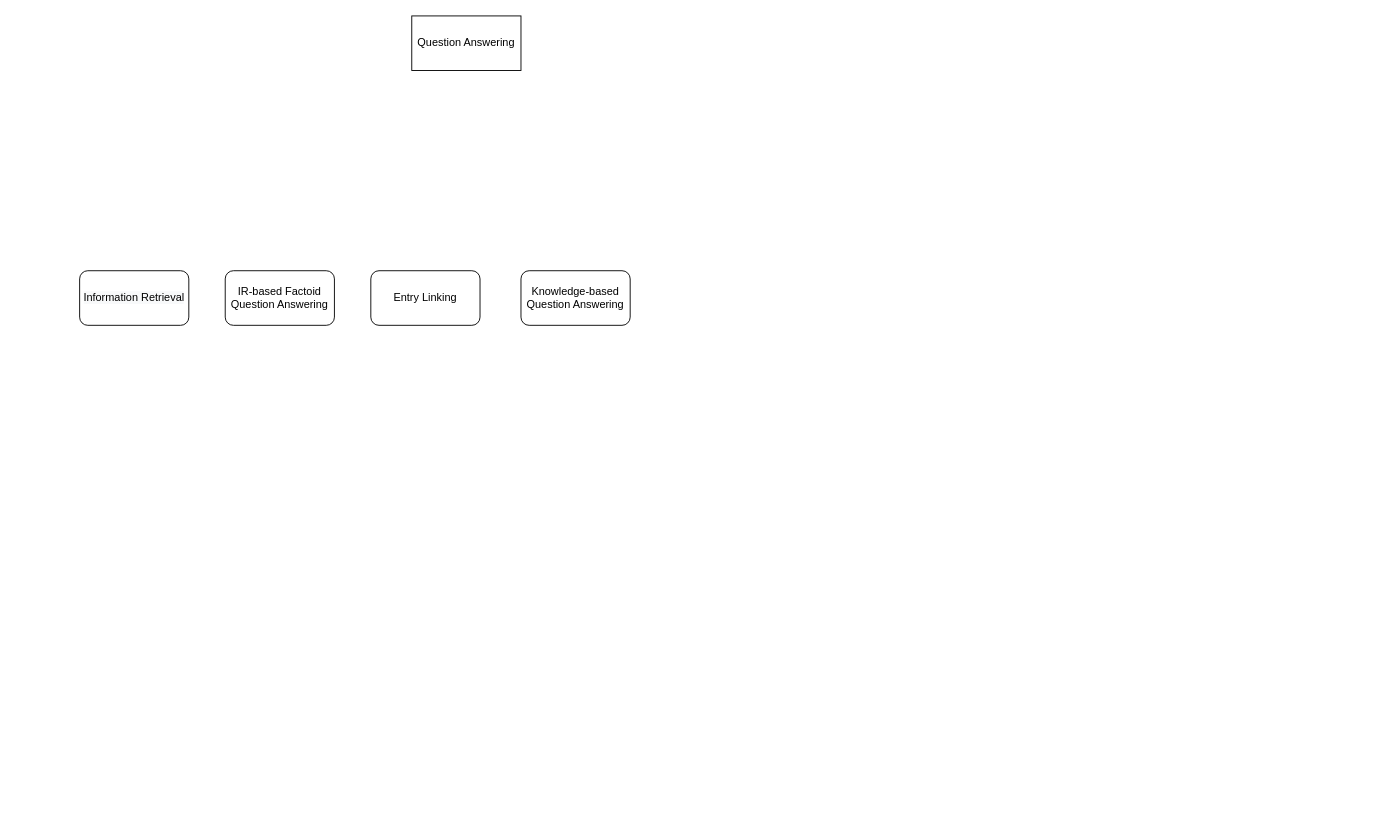
SartJ/CSE424 keeps this draw.io diagram as submission3/Concept Map.drawio. Above is the earlier version. Source tidied: cells renumbered, new cells numbered last; positions are measured from the earlier drawing's top-left corner, leaving out a move shared by most shapes. Both pictures are drawn from the tidied source at 91%, with x=0, y=0 at pixel (79, 15).
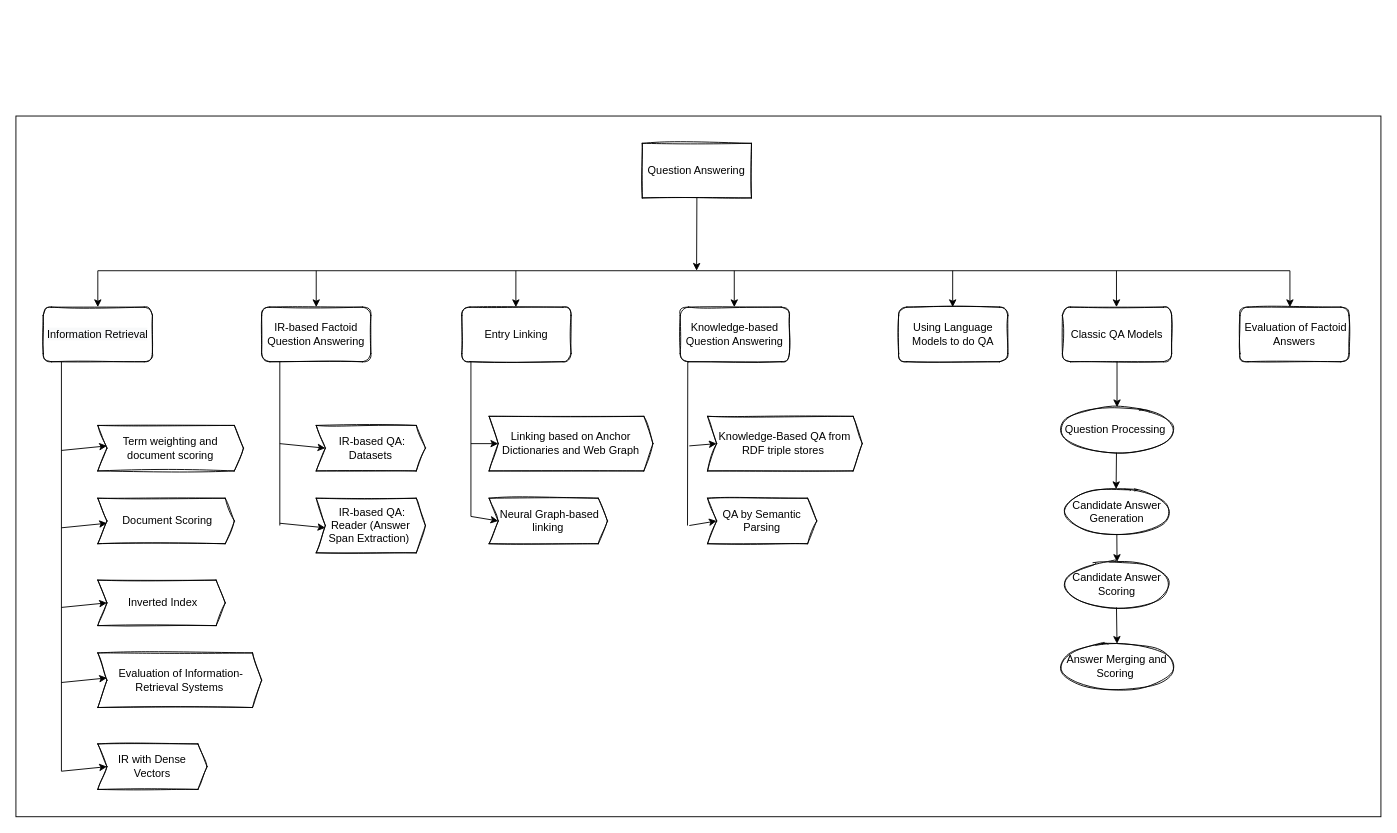
The same page after the edit.

The edit, as a diff of the source:
```diff
@@
-    <mxCell id="2" value="Question Answering" style="rounded=0;whiteSpace=wrap;html=1;" parent="1" vertex="1">
-      <mxGeometry x="365" width="120" height="60" as="geometry" />
+    <mxCell id="2" value="Question Answering" style="rounded=0;whiteSpace=wrap;html=1;sketch=1;" parent="1" vertex="1">
+      <mxGeometry x="618.3" y="140" width="120" height="60" as="geometry" />
     </mxCell>
-    <mxCell id="3" value="&#10;&#10;&lt;span style=&quot;color: rgb(0, 0, 0); font-family: helvetica; font-size: 12px; font-style: normal; font-weight: 400; letter-spacing: normal; text-align: center; text-indent: 0px; text-transform: none; word-spacing: 0px; background-color: rgb(248, 249, 250); display: inline; float: none;&quot;&gt;Information Retrieval&lt;/span&gt;&#10;&#10;" style="rounded=1;whiteSpace=wrap;html=1;" parent="1" vertex="1">
-      <mxGeometry y="280" width="120" height="60" as="geometry" />
+    <mxCell id="3" value="&#10;&#10;&lt;span style=&quot;color: rgb(0, 0, 0); font-family: helvetica; font-size: 12px; font-style: normal; font-weight: 400; letter-spacing: normal; text-align: center; text-indent: 0px; text-transform: none; word-spacing: 0px; background-color: rgb(248, 249, 250); display: inline; float: none;&quot;&gt;Information Retrieval&lt;/span&gt;&#10;&#10;" style="rounded=1;whiteSpace=wrap;html=1;sketch=1;" parent="1" vertex="1">
+      <mxGeometry x="-40" y="320" width="120" height="60" as="geometry" />
     </mxCell>
-    <mxCell id="4" value="&lt;span&gt;IR-based Factoid Question Answering&lt;/span&gt;" style="rounded=1;whiteSpace=wrap;html=1;" parent="1" vertex="1">
-      <mxGeometry x="160" y="280" width="120" height="60" as="geometry" />
+    <mxCell id="4" value="&lt;span&gt;IR-based Factoid Question Answering&lt;/span&gt;" style="rounded=1;whiteSpace=wrap;html=1;sketch=1;" parent="1" vertex="1">
+      <mxGeometry x="200" y="320" width="120" height="60" as="geometry" />
     </mxCell>
-    <mxCell id="5" value="Entry Linking" style="rounded=1;whiteSpace=wrap;html=1;" parent="1" vertex="1">
-      <mxGeometry x="320" y="280" width="120" height="60" as="geometry" />
+    <mxCell id="5" value="Entry Linking" style="rounded=1;whiteSpace=wrap;html=1;sketch=1;" parent="1" vertex="1">
+      <mxGeometry x="420" y="320" width="120" height="60" as="geometry" />
     </mxCell>
-    <mxCell id="6" value="&lt;div&gt;Knowledge-based Question Answering&lt;/div&gt;" style="rounded=1;whiteSpace=wrap;html=1;" parent="1" vertex="1">
-      <mxGeometry x="485" y="280" width="120" height="60" as="geometry" />
+    <mxCell id="6" value="&lt;div&gt;Knowledge-based Question Answering&lt;/div&gt;" style="rounded=1;whiteSpace=wrap;html=1;sketch=1;" parent="1" vertex="1">
+      <mxGeometry x="660" y="320" width="120" height="60" as="geometry" />
     </mxCell>
+    <mxCell id="7" value="Using Language Models to do QA" style="rounded=1;whiteSpace=wrap;html=1;sketch=1;" parent="1" vertex="1">
+      <mxGeometry x="900" y="320" width="120" height="60" as="geometry" />
+    </mxCell>
+    <mxCell id="8" value="&amp;nbsp;Classic QA Models&amp;nbsp;" style="rounded=1;whiteSpace=wrap;html=1;sketch=1;" parent="1" vertex="1">
+      <mxGeometry x="1080" y="320" width="120" height="60" as="geometry" />
+    </mxCell>
+    <mxCell id="9" value="&amp;nbsp;Evaluation of Factoid Answers" style="rounded=1;whiteSpace=wrap;html=1;fillColor=default;gradientColor=none;sketch=1;" parent="1" vertex="1">
+      <mxGeometry x="1275" y="320" width="120" height="60" as="geometry" />
+    </mxCell>
+    <mxCell id="10" value="Term weighting and document scoring" style="shape=step;perimeter=stepPerimeter;whiteSpace=wrap;html=1;fixedSize=1;size=10;sketch=1;" parent="1" vertex="1">
+      <mxGeometry x="20" y="450" width="160" height="50" as="geometry" />
+    </mxCell>
+    <mxCell id="11" value="&amp;nbsp;Document Scoring" style="shape=step;perimeter=stepPerimeter;whiteSpace=wrap;html=1;fixedSize=1;size=10;sketch=1;" parent="1" vertex="1">
+      <mxGeometry x="20" y="530" width="150" height="50" as="geometry" />
+    </mxCell>
+    <mxCell id="12" value="&amp;nbsp;Inverted Index" style="shape=step;perimeter=stepPerimeter;whiteSpace=wrap;html=1;fixedSize=1;size=10;sketch=1;" parent="1" vertex="1">
+      <mxGeometry x="20" y="620" width="140" height="50" as="geometry" />
+    </mxCell>
+    <mxCell id="13" value="&lt;div&gt;&lt;span&gt;&amp;nbsp;Evaluation of Information-Retrieval Systems&lt;/span&gt;&lt;/div&gt;" style="shape=step;perimeter=stepPerimeter;whiteSpace=wrap;html=1;fixedSize=1;align=center;size=10;sketch=1;" parent="1" vertex="1">
+      <mxGeometry x="20" y="700" width="180" height="60" as="geometry" />
+    </mxCell>
+    <mxCell id="14" value="IR with Dense Vectors" style="shape=step;perimeter=stepPerimeter;whiteSpace=wrap;html=1;fixedSize=1;size=10;sketch=1;" parent="1" vertex="1">
+      <mxGeometry x="20" y="800" width="120" height="50" as="geometry" />
+    </mxCell>
+    <mxCell id="15" value="&amp;nbsp;IR-based QA: Datasets" style="shape=step;perimeter=stepPerimeter;whiteSpace=wrap;html=1;fixedSize=1;size=10;sketch=1;" parent="1" vertex="1">
+      <mxGeometry x="260" y="450" width="120" height="50" as="geometry" />
+    </mxCell>
+    <mxCell id="16" value="&amp;nbsp;IR-based QA: Reader (Answer Span Extraction)&amp;nbsp;" style="shape=step;perimeter=stepPerimeter;whiteSpace=wrap;html=1;fixedSize=1;size=10;sketch=1;" parent="1" vertex="1">
+      <mxGeometry x="260" y="530" width="120" height="60" as="geometry" />
+    </mxCell>
+    <mxCell id="17" value="Linking based on Anchor Dictionaries and Web Graph" style="shape=step;perimeter=stepPerimeter;whiteSpace=wrap;html=1;fixedSize=1;size=10;sketch=1;" parent="1" vertex="1">
+      <mxGeometry x="450" y="440" width="180" height="60" as="geometry" />
+    </mxCell>
+    <mxCell id="18" value="&amp;nbsp;Neural Graph-based linking" style="shape=step;perimeter=stepPerimeter;whiteSpace=wrap;html=1;fixedSize=1;size=10;sketch=1;" parent="1" vertex="1">
+      <mxGeometry x="450" y="530" width="130" height="50" as="geometry" />
+    </mxCell>
+    <mxCell id="19" value="Knowledge-Based QA from RDF triple stores&amp;nbsp;" style="shape=step;perimeter=stepPerimeter;whiteSpace=wrap;html=1;fixedSize=1;size=10;sketch=1;" parent="1" vertex="1">
+      <mxGeometry x="690" y="440" width="170" height="60" as="geometry" />
+    </mxCell>
+    <mxCell id="20" value="QA by Semantic Parsing" style="shape=step;perimeter=stepPerimeter;whiteSpace=wrap;html=1;fixedSize=1;size=10;sketch=1;" parent="1" vertex="1">
+      <mxGeometry x="690" y="530" width="120" height="50" as="geometry" />
+    </mxCell>
+    <mxCell id="21" value="Question Processing&amp;nbsp;" style="ellipse;whiteSpace=wrap;html=1;sketch=1;" parent="1" vertex="1">
+      <mxGeometry x="1075" y="430" width="130" height="50" as="geometry" />
+    </mxCell>
+    <mxCell id="22" value="Candidate Answer Generation" style="ellipse;whiteSpace=wrap;html=1;sketch=1;" parent="1" vertex="1">
+      <mxGeometry x="1080" y="520" width="120" height="50" as="geometry" />
+    </mxCell>
+    <mxCell id="23" value="Candidate Answer Scoring" style="ellipse;whiteSpace=wrap;html=1;sketch=1;" parent="1" vertex="1">
+      <mxGeometry x="1080" y="600" width="120" height="50" as="geometry" />
+    </mxCell>
+    <mxCell id="24" value="Answer Merging and Scoring&amp;nbsp;" style="ellipse;whiteSpace=wrap;html=1;sketch=1;" parent="1" vertex="1">
+      <mxGeometry x="1075" y="690" width="130" height="50" as="geometry" />
+    </mxCell>
+    <mxCell id="25" style="endArrow=none;html=1;rounded=0;" parent="1" edge="1">
+      <mxGeometry relative="1" as="geometry">
+        <mxPoint x="20" y="280" as="sourcePoint" />
+        <mxPoint x="1330" y="280" as="targetPoint" />
+      </mxGeometry>
+    </mxCell>
+    <mxCell id="26" style="endArrow=none;html=1;rounded=0;startArrow=classic;startFill=1;" parent="1" edge="1" source="3">
+      <mxGeometry relative="1" as="geometry">
+        <mxPoint x="20" y="280" as="targetPoint" />
+      </mxGeometry>
+    </mxCell>
+    <mxCell id="27" style="endArrow=none;html=1;rounded=0;startArrow=classic;startFill=1;" parent="1" edge="1">
+      <mxGeometry relative="1" as="geometry">
+        <mxPoint x="1330" y="320" as="sourcePoint" />
+        <mxPoint x="1330" y="280" as="targetPoint" />
+      </mxGeometry>
+    </mxCell>
+    <mxCell id="28" style="endArrow=none;html=1;rounded=0;startArrow=classic;startFill=1;" parent="1" edge="1">
+      <mxGeometry relative="1" as="geometry">
+        <mxPoint x="260" y="320" as="sourcePoint" />
+        <mxPoint x="260" y="280" as="targetPoint" />
+      </mxGeometry>
+    </mxCell>
+    <mxCell id="29" style="endArrow=none;html=1;rounded=0;startArrow=classic;startFill=1;" parent="1" edge="1">
+      <mxGeometry relative="1" as="geometry">
+        <mxPoint x="479.4" y="320" as="sourcePoint" />
+        <mxPoint x="479.4" y="280" as="targetPoint" />
+      </mxGeometry>
+    </mxCell>
+    <mxCell id="30" style="endArrow=none;html=1;rounded=0;startArrow=classic;startFill=1;" parent="1" edge="1">
+      <mxGeometry relative="1" as="geometry">
+        <mxPoint x="719.4" y="320" as="sourcePoint" />
+        <mxPoint x="719.4" y="280" as="targetPoint" />
+      </mxGeometry>
+    </mxCell>
+    <mxCell id="31" style="endArrow=none;html=1;rounded=0;startArrow=classic;startFill=1;" parent="1" edge="1">
+      <mxGeometry relative="1" as="geometry">
+        <mxPoint x="1139.4" y="320" as="sourcePoint" />
+        <mxPoint x="1139.4" y="280" as="targetPoint" />
+      </mxGeometry>
+    </mxCell>
+    <mxCell id="32" style="endArrow=none;html=1;rounded=0;startArrow=classic;startFill=1;" parent="1" edge="1">
+      <mxGeometry relative="1" as="geometry">
+        <mxPoint x="959.4" y="320" as="sourcePoint" />
+        <mxPoint x="959.4" y="280" as="targetPoint" />
+      </mxGeometry>
+    </mxCell>
+    <mxCell id="33" style="endArrow=none;html=1;rounded=0;entryX=0.5;entryY=1;entryDx=0;entryDy=0;startArrow=classic;startFill=1;" parent="1" edge="1" target="2">
+      <mxGeometry relative="1" as="geometry">
+        <mxPoint x="678" y="280" as="sourcePoint" />
+      </mxGeometry>
+    </mxCell>
+    <mxCell id="34" style="endArrow=none;html=1;rounded=0;" parent="1" edge="1">
+      <mxGeometry relative="1" as="geometry">
+        <mxPoint x="-20" y="830" as="sourcePoint" />
+        <mxPoint x="-20" y="380" as="targetPoint" />
+      </mxGeometry>
+    </mxCell>
+    <mxCell id="35" style="endArrow=classic;html=1;rounded=0;entryX=0;entryY=0.5;entryDx=0;entryDy=0;startArrow=none;startFill=0;endFill=1;" parent="1" edge="1" target="14">
+      <mxGeometry relative="1" as="geometry">
+        <mxPoint x="-20" y="830" as="sourcePoint" />
+      </mxGeometry>
+    </mxCell>
+    <mxCell id="36" style="endArrow=classic;html=1;rounded=0;entryX=0;entryY=0.5;entryDx=0;entryDy=0;startArrow=none;startFill=0;endFill=1;" parent="1" edge="1">
+      <mxGeometry relative="1" as="geometry">
+        <mxPoint x="-20" y="732.5" as="sourcePoint" />
+        <mxPoint x="30" y="727.5" as="targetPoint" />
+      </mxGeometry>
+    </mxCell>
+    <mxCell id="37" style="endArrow=classic;html=1;rounded=0;entryX=0;entryY=0.5;entryDx=0;entryDy=0;startArrow=none;startFill=0;endFill=1;" parent="1" edge="1">
+      <mxGeometry relative="1" as="geometry">
+        <mxPoint x="-20" y="650" as="sourcePoint" />
+        <mxPoint x="30" y="645" as="targetPoint" />
+      </mxGeometry>
+    </mxCell>
+    <mxCell id="38" style="endArrow=classic;html=1;rounded=0;entryX=0;entryY=0.5;entryDx=0;entryDy=0;startArrow=none;startFill=0;endFill=1;" parent="1" edge="1">
+      <mxGeometry relative="1" as="geometry">
+        <mxPoint x="-20" y="562.5" as="sourcePoint" />
+        <mxPoint x="30" y="557.5" as="targetPoint" />
+      </mxGeometry>
+    </mxCell>
+    <mxCell id="39" style="endArrow=classic;html=1;rounded=0;entryX=0;entryY=0.5;entryDx=0;entryDy=0;startArrow=none;startFill=0;endFill=1;" parent="1" edge="1">
+      <mxGeometry relative="1" as="geometry">
+        <mxPoint x="-20" y="477.5" as="sourcePoint" />
+        <mxPoint x="30" y="472.5" as="targetPoint" />
+      </mxGeometry>
+    </mxCell>
+    <mxCell id="40" style="endArrow=none;html=1;rounded=0;" parent="1" edge="1">
+      <mxGeometry relative="1" as="geometry">
+        <mxPoint x="220" y="560" as="sourcePoint" />
+        <mxPoint x="220" y="380" as="targetPoint" />
+      </mxGeometry>
+    </mxCell>
+    <mxCell id="41" style="endArrow=classic;html=1;rounded=0;entryX=0;entryY=0.5;entryDx=0;entryDy=0;" parent="1" edge="1" target="15">
+      <mxGeometry relative="1" as="geometry">
+        <mxPoint x="220" y="470" as="sourcePoint" />
+      </mxGeometry>
+    </mxCell>
+    <mxCell id="42" style="endArrow=classic;html=1;rounded=0;entryX=0;entryY=0.5;entryDx=0;entryDy=0;" parent="1" edge="1">
+      <mxGeometry relative="1" as="geometry">
+        <mxPoint x="220" y="557.5" as="sourcePoint" />
+        <mxPoint x="270" y="562.5" as="targetPoint" />
+      </mxGeometry>
+    </mxCell>
+    <mxCell id="43" style="endArrow=none;html=1;rounded=0;" parent="1" edge="1">
+      <mxGeometry relative="1" as="geometry">
+        <mxPoint x="430" y="550" as="sourcePoint" />
+        <mxPoint x="430" y="380" as="targetPoint" />
+      </mxGeometry>
+    </mxCell>
+    <mxCell id="44" style="endArrow=classic;html=1;rounded=0;entryX=0;entryY=0.5;entryDx=0;entryDy=0;" parent="1" edge="1" target="17">
+      <mxGeometry relative="1" as="geometry">
+        <mxPoint x="430" y="470" as="sourcePoint" />
+      </mxGeometry>
+    </mxCell>
+    <mxCell id="45" style="endArrow=classic;html=1;rounded=0;entryX=0;entryY=0.5;entryDx=0;entryDy=0;" parent="1" edge="1" target="18">
+      <mxGeometry relative="1" as="geometry">
+        <mxPoint x="430" y="550" as="sourcePoint" />
+      </mxGeometry>
+    </mxCell>
+    <mxCell id="46" style="endArrow=none;html=1;rounded=0;" parent="1" edge="1">
+      <mxGeometry relative="1" as="geometry">
+        <mxPoint x="668" y="560" as="sourcePoint" />
+        <mxPoint x="668.3" y="380" as="targetPoint" />
+      </mxGeometry>
+    </mxCell>
+    <mxCell id="47" style="endArrow=classic;html=1;rounded=0;entryX=0;entryY=0.5;entryDx=0;entryDy=0;" parent="1" edge="1" target="20">
+      <mxGeometry relative="1" as="geometry">
+        <mxPoint x="670" y="560" as="sourcePoint" />
+      </mxGeometry>
+    </mxCell>
+    <mxCell id="48" style="endArrow=classic;html=1;rounded=0;entryX=0;entryY=0.5;entryDx=0;entryDy=0;" parent="1" edge="1" target="19">
+      <mxGeometry relative="1" as="geometry">
+        <mxPoint x="670" y="472.5" as="sourcePoint" />
+      </mxGeometry>
+    </mxCell>
+    <mxCell id="49" style="endArrow=classic;html=1;rounded=0;entryX=0.5;entryY=0;entryDx=0;entryDy=0;" parent="1" edge="1" target="21">
+      <mxGeometry relative="1" as="geometry">
+        <mxPoint x="1140" y="380" as="sourcePoint" />
+      </mxGeometry>
+    </mxCell>
+    <mxCell id="50" style="endArrow=classic;html=1;rounded=0;" parent="1" edge="1">
+      <mxGeometry relative="1" as="geometry">
+        <mxPoint x="1139.4" y="480" as="sourcePoint" />
+        <mxPoint x="1139" y="520" as="targetPoint" />
+      </mxGeometry>
+    </mxCell>
+    <mxCell id="51" style="endArrow=classic;html=1;rounded=0;" parent="1" edge="1">
+      <mxGeometry relative="1" as="geometry">
+        <mxPoint x="1139.8" y="570" as="sourcePoint" />
+        <mxPoint x="1140" y="600" as="targetPoint" />
+      </mxGeometry>
+    </mxCell>
+    <mxCell id="52" style="endArrow=classic;html=1;rounded=0;entryX=0.5;entryY=0;entryDx=0;entryDy=0;" parent="1" edge="1" target="24">
+      <mxGeometry relative="1" as="geometry">
+        <mxPoint x="1139.4" y="650" as="sourcePoint" />
+      </mxGeometry>
+    </mxCell>
+    <mxCell id="53" style="rounded=0;whiteSpace=wrap;html=1;sketch=0;fillColor=none;gradientColor=none;" parent="1" vertex="1">
+      <mxGeometry x="-70" y="110" width="1500" height="770" as="geometry" />
+    </mxCell>
```
